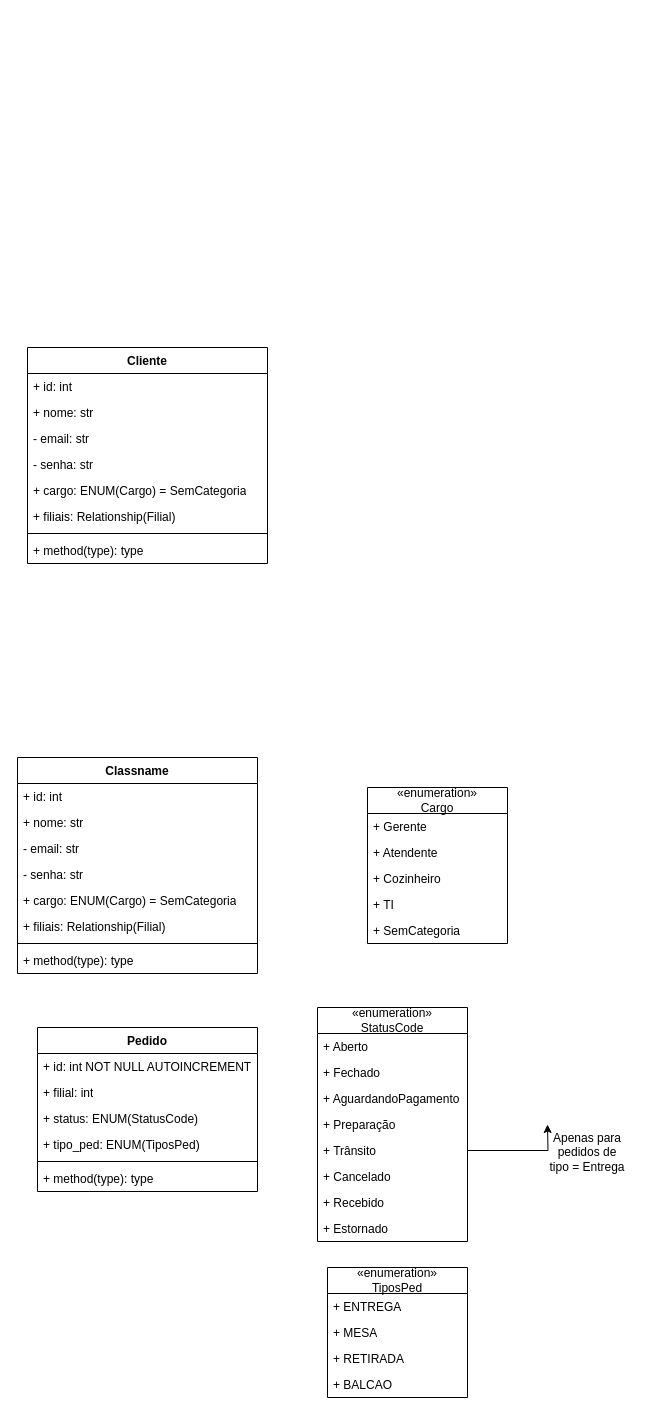
thiagomikulin/Raizes-do-Nordeste keeps this draw.io diagram as page "Diagrama de Classe" (2 of 3) of Diagramas/Modelagem V3.drawio. Above is the earlier version. Source tidied: cells renumbered, new cells numbered last; positions are measured from the earlier drawing's top-left corner, leaving out a move shared by most shapes. Both pictures are drawn from the tidied source at 100%, with x=0, y=0 at pixel (17, 347).
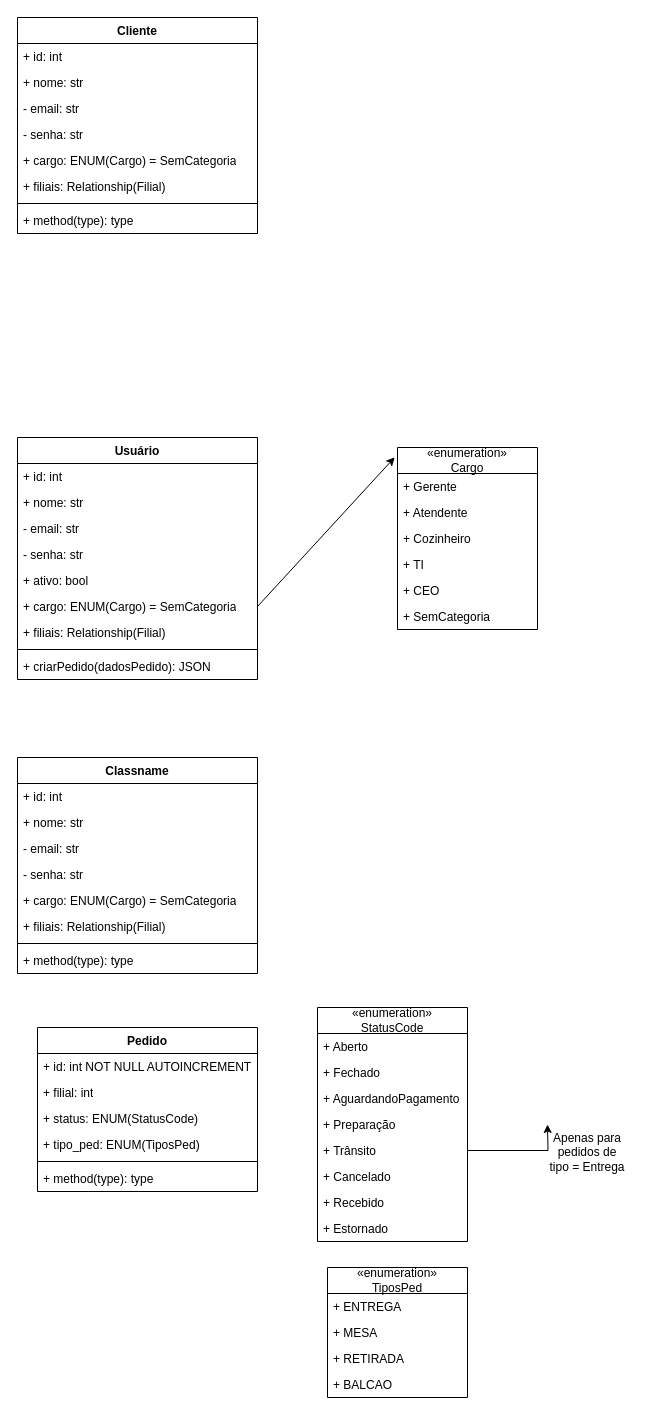
The same diagram, later.

The edit, as a diff of the source:
```diff
@@
     <mxCell id="11" value="«enumeration»&lt;br&gt;Cargo" style="swimlane;fontStyle=0;horizontal=1;startSize=26;fillColor=none;whiteSpace=wrap;html=1;" parent="1" vertex="1">
-      <mxGeometry x="350" y="440" width="140" height="156" as="geometry" />
+      <mxGeometry x="380" y="100" width="140" height="182" as="geometry" />
     </mxCell>
@@
+    <mxCell id="49" value="+ CEO" style="text;strokeColor=none;fillColor=none;align=left;verticalAlign=top;spacingLeft=4;spacingRight=4;overflow=hidden;whiteSpace=wrap;html=1;" parent="11" vertex="1">
+      <mxGeometry y="130" width="140" height="26" as="geometry" />
+    </mxCell>
     <mxCell id="16" value="+ SemCategoria" style="text;strokeColor=none;fillColor=none;align=left;verticalAlign=top;spacingLeft=4;spacingRight=4;overflow=hidden;whiteSpace=wrap;html=1;" parent="11" vertex="1">
-      <mxGeometry y="130" width="140" height="26" as="geometry" />
+      <mxGeometry y="156" width="140" height="26" as="geometry" />
     </mxCell>
@@
     <mxCell id="40" value="Cliente" style="swimlane;fontStyle=1;align=center;verticalAlign=top;horizontal=1;startSize=26;whiteSpace=wrap;html=1;" parent="1" vertex="1">
-      <mxGeometry x="10" width="240" height="216" as="geometry" />
+      <mxGeometry y="-330" width="240" height="216" as="geometry" />
     </mxCell>
@@
+    <mxCell id="50" value="Usuário" style="swimlane;fontStyle=1;align=center;verticalAlign=top;horizontal=1;startSize=26;whiteSpace=wrap;html=1;" parent="1" vertex="1">
+      <mxGeometry y="90" width="240" height="242" as="geometry" />
+    </mxCell>
+    <mxCell id="51" value="+ id: int" style="text;strokeColor=none;fillColor=none;align=left;verticalAlign=top;spacingLeft=4;spacingRight=4;overflow=hidden;whiteSpace=wrap;html=1;" parent="50" vertex="1">
+      <mxGeometry y="26" width="240" height="26" as="geometry" />
+    </mxCell>
+    <mxCell id="52" value="+ nome: str" style="text;strokeColor=none;fillColor=none;align=left;verticalAlign=top;spacingLeft=4;spacingRight=4;overflow=hidden;whiteSpace=wrap;html=1;" parent="50" vertex="1">
+      <mxGeometry y="52" width="240" height="26" as="geometry" />
+    </mxCell>
+    <mxCell id="53" value="- email: str" style="text;strokeColor=none;fillColor=none;align=left;verticalAlign=top;spacingLeft=4;spacingRight=4;overflow=hidden;whiteSpace=wrap;html=1;" parent="50" vertex="1">
+      <mxGeometry y="78" width="240" height="26" as="geometry" />
+    </mxCell>
+    <mxCell id="54" value="- senha: str" style="text;strokeColor=none;fillColor=none;align=left;verticalAlign=top;spacingLeft=4;spacingRight=4;overflow=hidden;whiteSpace=wrap;html=1;" parent="50" vertex="1">
+      <mxGeometry y="104" width="240" height="26" as="geometry" />
+    </mxCell>
+    <mxCell id="55" value="+ ativo: bool" style="text;strokeColor=none;fillColor=none;align=left;verticalAlign=top;spacingLeft=4;spacingRight=4;overflow=hidden;whiteSpace=wrap;html=1;" parent="50" vertex="1">
+      <mxGeometry y="130" width="240" height="26" as="geometry" />
+    </mxCell>
+    <mxCell id="56" value="+ cargo: ENUM(Cargo) = SemCategoria" style="text;strokeColor=none;fillColor=none;align=left;verticalAlign=top;spacingLeft=4;spacingRight=4;overflow=hidden;points=[[0,0.5],[1,0.5]];portConstraint=eastwest;whiteSpace=wrap;html=1;" parent="50" vertex="1">
+      <mxGeometry y="156" width="240" height="26" as="geometry" />
+    </mxCell>
+    <mxCell id="57" value="+ filiais: Relationship(Filial)" style="text;strokeColor=none;fillColor=none;align=left;verticalAlign=top;spacingLeft=4;spacingRight=4;overflow=hidden;whiteSpace=wrap;html=1;" parent="50" vertex="1">
+      <mxGeometry y="182" width="240" height="26" as="geometry" />
+    </mxCell>
+    <mxCell id="58" style="line;strokeWidth=1;fillColor=none;align=left;verticalAlign=middle;spacingTop=-1;spacingLeft=3;spacingRight=3;labelPosition=right;strokeColor=inherit;" parent="50" vertex="1">
+      <mxGeometry y="208" width="240" height="8" as="geometry" />
+    </mxCell>
+    <mxCell id="59" value="+ criarPedido(dadosPedido): JSON" style="text;strokeColor=none;fillColor=none;align=left;verticalAlign=top;spacingLeft=4;spacingRight=4;overflow=hidden;whiteSpace=wrap;html=1;" parent="50" vertex="1">
+      <mxGeometry y="216" width="240" height="26" as="geometry" />
+    </mxCell>
+    <mxCell id="60" style="edgeStyle=none;html=1;entryX=-0.02;entryY=0.054;entryDx=0;entryDy=0;entryPerimeter=0;exitX=1;exitY=0.5;exitDx=0;exitDy=0;" parent="1" edge="1" source="56" target="11">
+      <mxGeometry relative="1" as="geometry" />
+    </mxCell>
```
